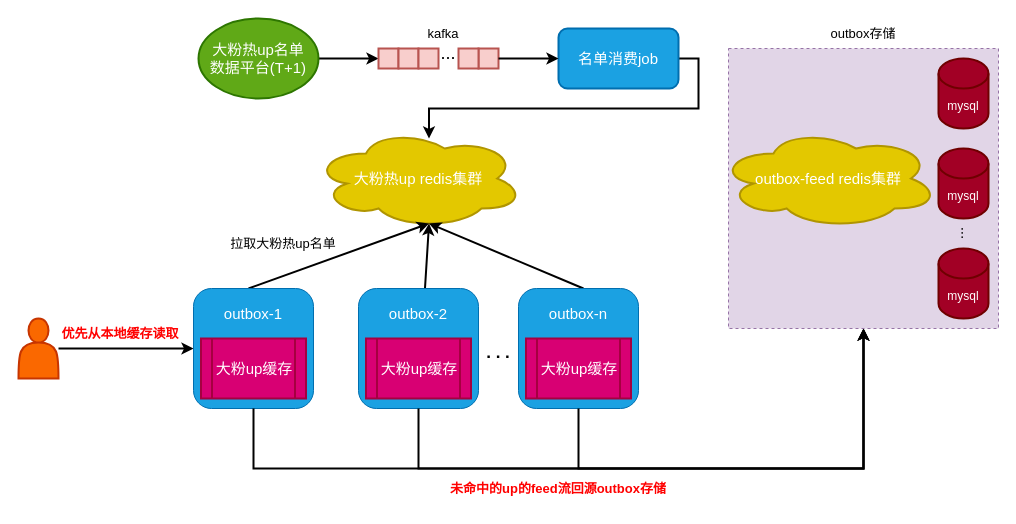
smartcharles/tech_draw keeps this draw.io diagram as outbox本地缓存架构图.drawio. Above is the earlier version. Source tidied: cells renumbered, new cells numbered last; positions are measured from the earlier drawing's top-left corner, leaving out a move shared by most shapes. Both pictures are drawn from the tidied source at 100%, with x=0, y=0 at pixel (18, 18).
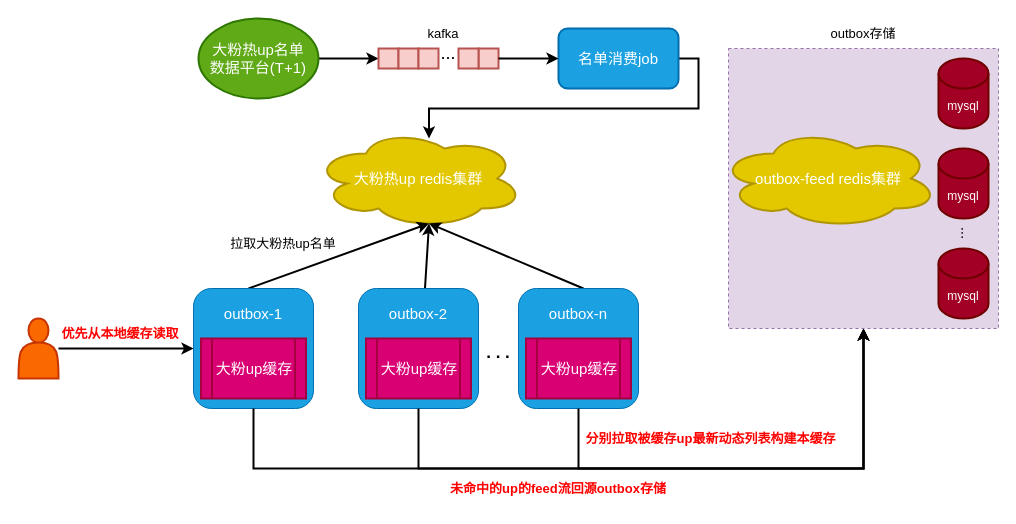
The same diagram, later.

Commit message:
更新outbox本地缓存架构图.drawio

The edit, as a diff of the source:
```diff
@@
+    <mxCell id="50" value="&lt;font color=&quot;#ff0000&quot;&gt;分别拉取被缓存up最新动态列表构建本缓存&lt;/font&gt;" style="text;strokeColor=none;align=center;fillColor=none;html=1;verticalAlign=middle;whiteSpace=wrap;rounded=0;fontSize=13;fontStyle=1;" parent="1" vertex="1">
+      <mxGeometry x="560" y="410" width="265" height="20" as="geometry" />
+    </mxCell>
```
